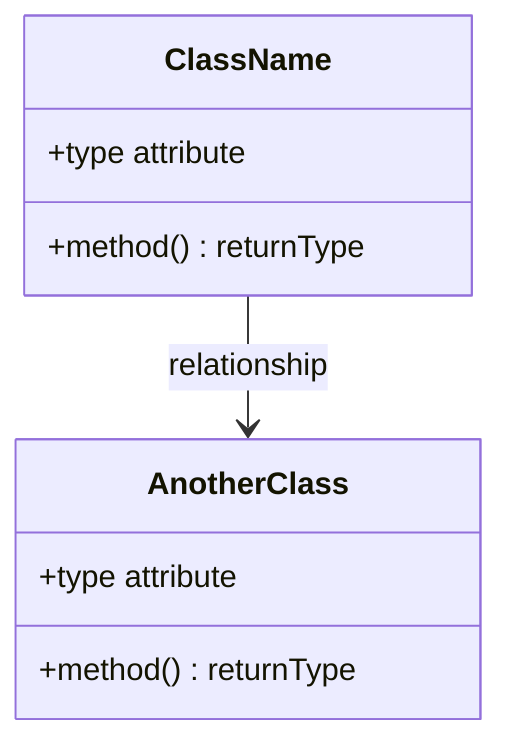
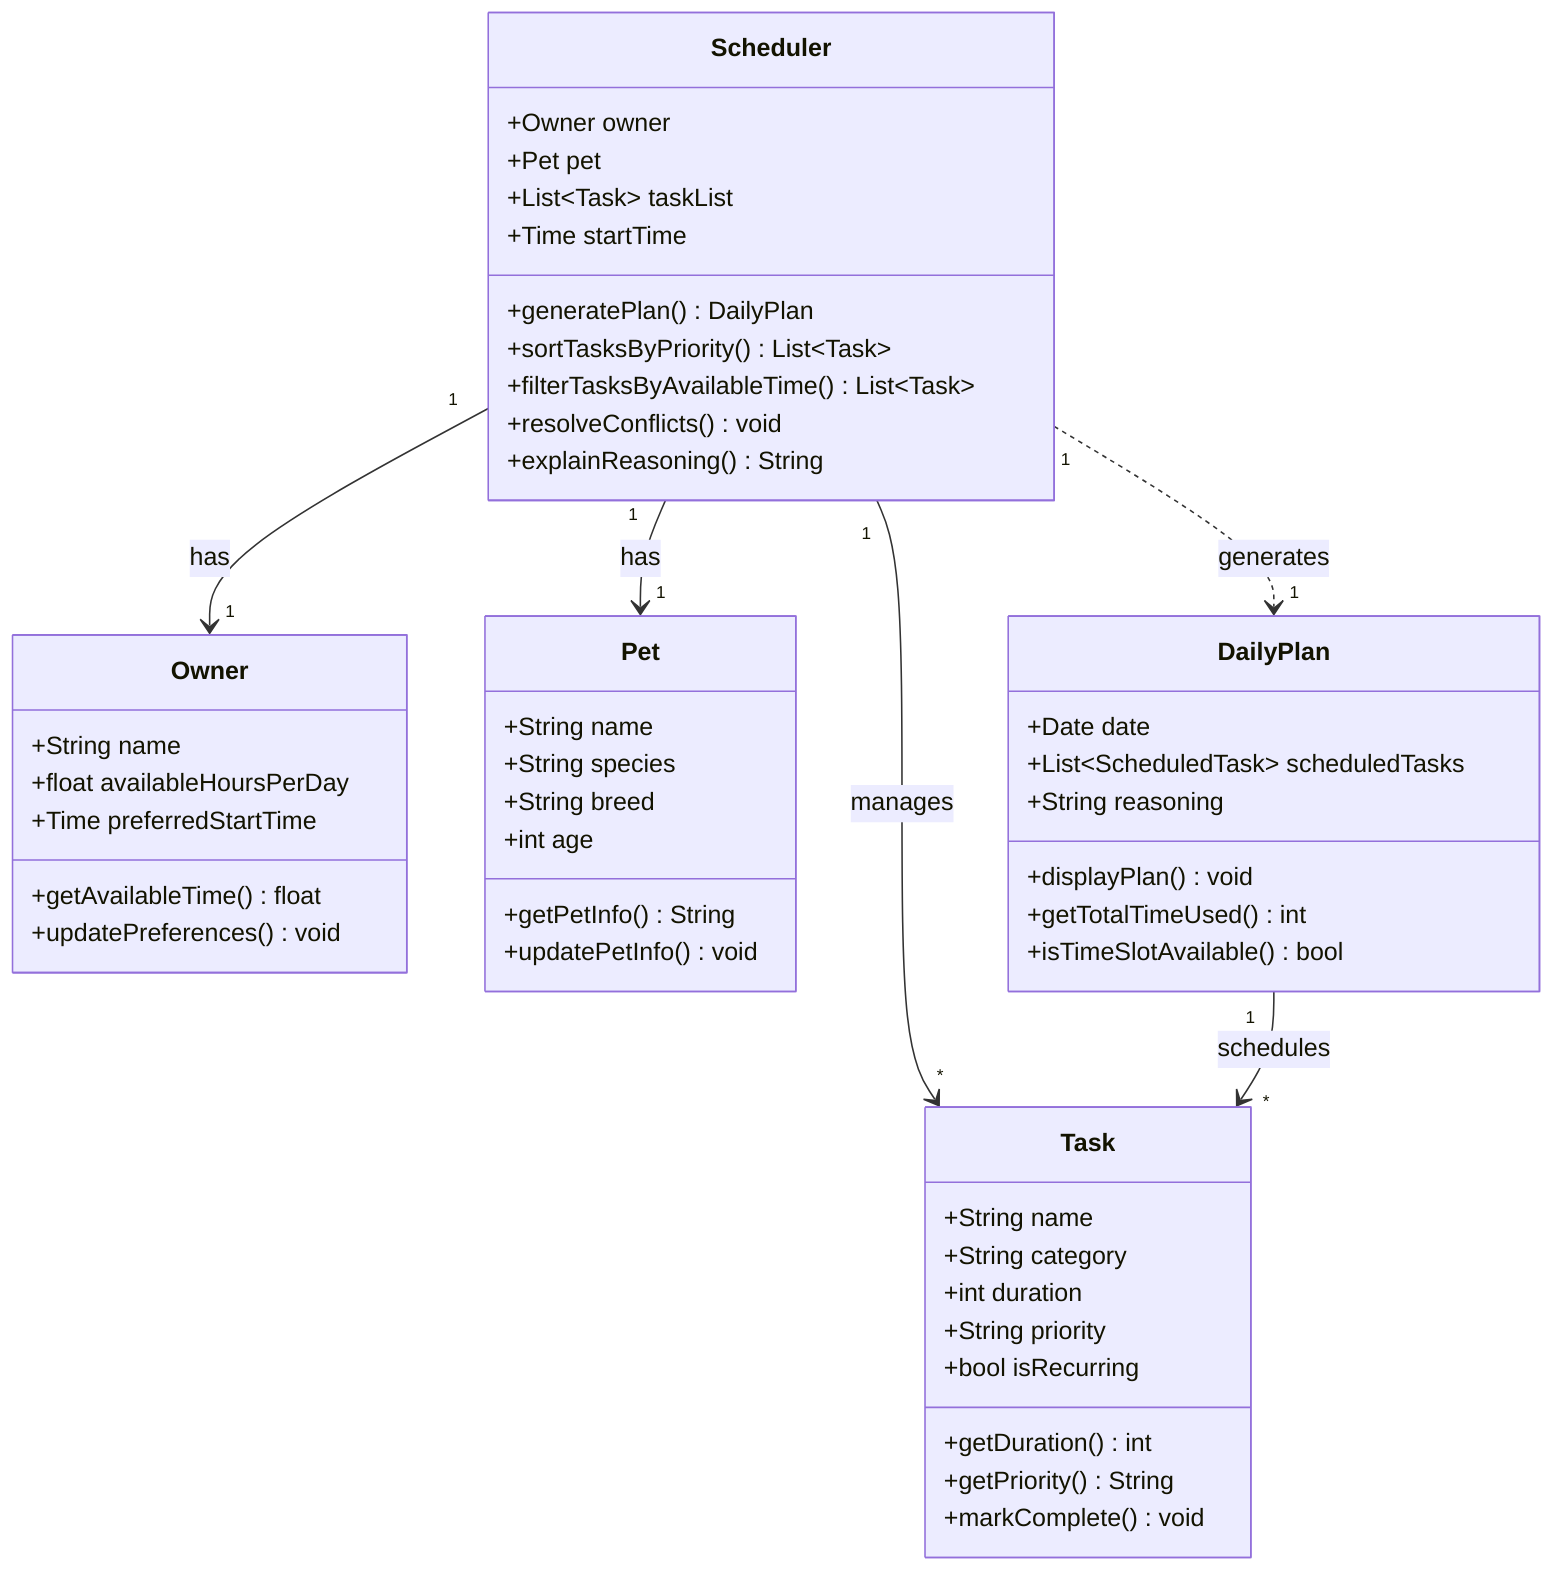
classDiagram
-     %% Replace the placeholders below with your actual classes, attributes, methods, and relationships.
-     %% Keep this file updated so it matches your final implementation.
+     %% PawPal pet care scheduling app

-     class ClassName {
-         +type attribute
-         +method() returnType
+     class Owner {
+         +String name
+         +float availableHoursPerDay
+         +Time preferredStartTime
+         +getAvailableTime() float
+         +updatePreferences() void
    }

-     class AnotherClass {
-         +type attribute
-         +method() returnType
+     class Pet {
+         +String name
+         +String species
+         +String breed
+         +int age
+         +getPetInfo() String
+         +updatePetInfo() void
    }

-     ClassName --> AnotherClass : relationship
+     class Task {
+         +String name
+         +String category
+         +int duration
+         +String priority
+         +bool isRecurring
+         +getDuration() int
+         +getPriority() String
+         +markComplete() void
+     }
+ 
+     class Scheduler {
+         +Owner owner
+         +Pet pet
+         +List~Task~ taskList
+         +Time startTime
+         +generatePlan() DailyPlan
+         +sortTasksByPriority() List~Task~
+         +filterTasksByAvailableTime() List~Task~
+         +resolveConflicts() void
+         +explainReasoning() String
+     }
+ 
+     class DailyPlan {
+         +Date date
+         +List~ScheduledTask~ scheduledTasks
+         +String reasoning
+         +displayPlan() void
+         +getTotalTimeUsed() int
+         +isTimeSlotAvailable() bool
+     }
+ 
+     Scheduler "1" --> "1" Owner : has
+     Scheduler "1" --> "1" Pet : has
+     Scheduler "1" --> "*" Task : manages
+     Scheduler "1" ..> "1" DailyPlan : generates
+     DailyPlan "1" --> "*" Task : schedules
